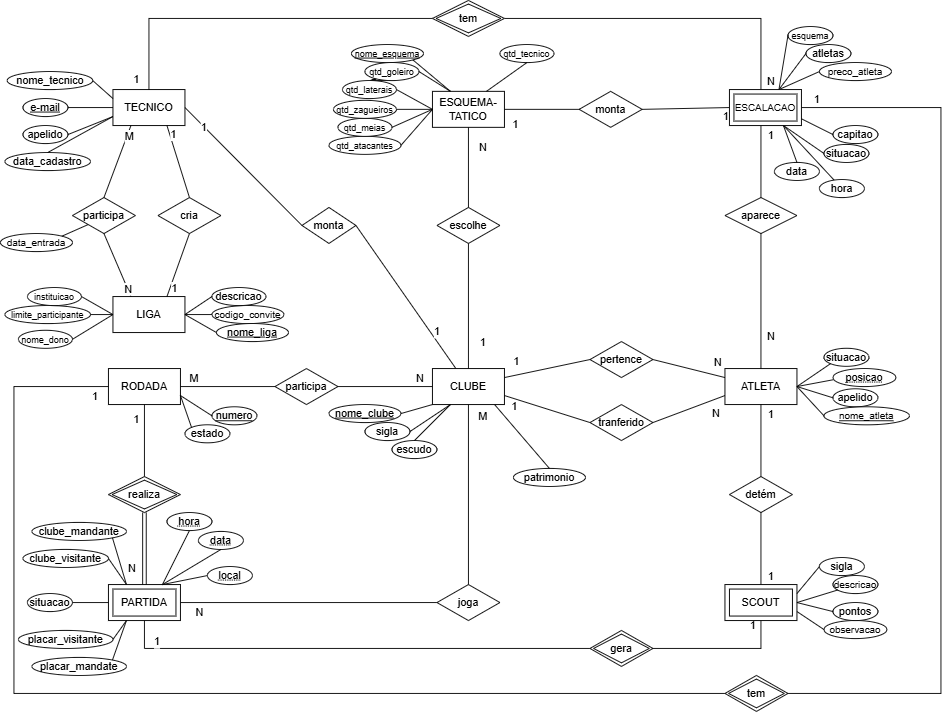
Above: docs/der.png in K-Stachelski/Trabalho-LabBanco (draw.io), before the change. Source tidied: cells renumbered, new cells last; positions are measured from the earlier drawing's top-left corner, leaving out a move shared by most shapes.
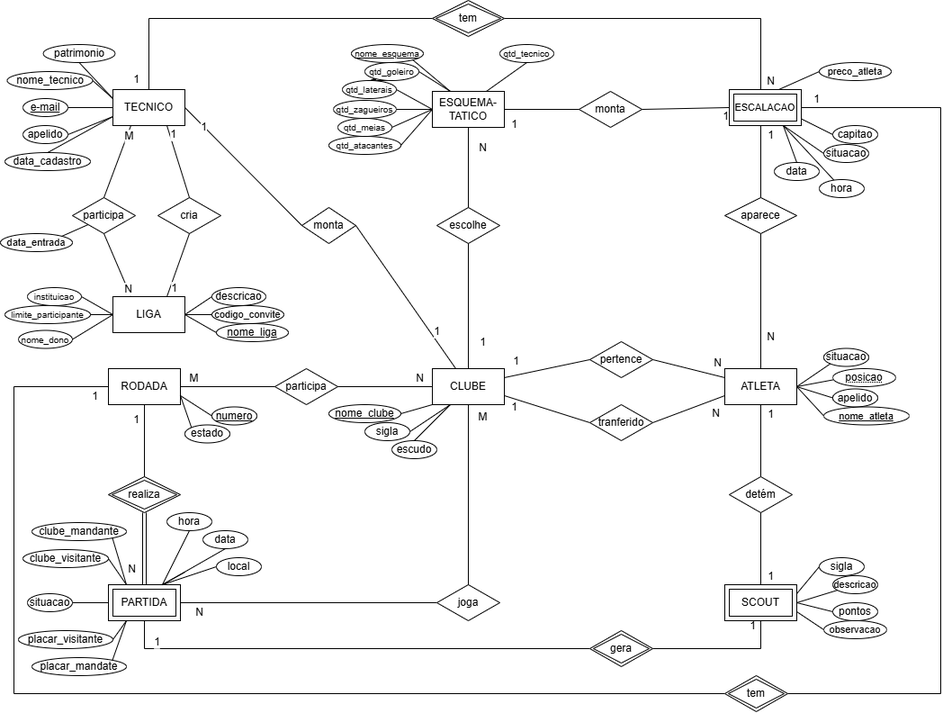
Later version of the same file.

What changed in the source:
```diff
@@ -108,7 +108,7 @@
       <mxGeometry x="30" y="659" width="50" height="20" as="geometry" />
     </mxCell>
     <mxCell id="33" value="patrimonio" style="ellipse;whiteSpace=wrap;html=1;align=center;fontSize=12;" parent="1" vertex="1">
-      <mxGeometry x="570" y="520" width="80" height="20" as="geometry" />
+      <mxGeometry x="47.5" y="49" width="80" height="20" as="geometry" />
     </mxCell>
     <mxCell id="34" value="codigo_convite" style="ellipse;whiteSpace=wrap;html=1;align=center;fontSize=11;" parent="1" vertex="1">
       <mxGeometry x="235" y="339" width="80" height="20" as="geometry" />
@@ -400,7 +400,7 @@
         <mxPoint x="-5" y="19" as="offset" />
       </mxGeometry>
     </mxCell>
-    <mxCell id="109" style="endArrow=none;html=1;rounded=0;entryX=0.5;entryY=0;entryDx=0;entryDy=0;exitX=0.863;exitY=1;exitDx=0;exitDy=0;fontSize=12;exitPerimeter=0;" parent="1" edge="1" source="9" target="33">
+    <mxCell id="109" style="endArrow=none;html=1;rounded=0;entryX=0.5;entryY=1;entryDx=0;entryDy=0;exitX=0;exitY=0.25;exitDx=0;exitDy=0;fontSize=12;" parent="1" edge="1" source="2" target="33">
       <mxGeometry relative="1" as="geometry" />
     </mxCell>
     <mxCell id="110" value="capitao" style="ellipse;whiteSpace=wrap;html=1;align=center;fontSize=12;" parent="1" vertex="1">
@@ -450,8 +450,10 @@
     <mxCell id="124" style="endArrow=none;html=1;rounded=0;fontSize=12;defaultLabelBackgroundColor=page;startSize=8;endSize=8;curved=1;entryX=0.5;entryY=1;entryDx=0;entryDy=0;exitX=0.75;exitY=0;exitDx=0;exitDy=0;" parent="1" edge="1" source="58" target="175">
       <mxGeometry relative="1" as="geometry" />
     </mxCell>
-    <mxCell id="125" style="endArrow=none;html=1;rounded=0;fontSize=12;defaultLabelBackgroundColor=page;startSize=8;endSize=8;curved=1;entryX=0;entryY=0.5;entryDx=0;entryDy=0;exitX=0.75;exitY=0;exitDx=0;exitDy=0;" parent="1" edge="1" source="58" target="180">
-      <mxGeometry relative="1" as="geometry" />
+    <mxCell id="125" style="endArrow=none;html=1;rounded=0;fontSize=12;defaultLabelBackgroundColor=page;startSize=8;endSize=8;curved=1;entryX=0;entryY=0.5;entryDx=0;entryDy=0;exitX=0.75;exitY=0;exitDx=0;exitDy=0;" parent="1" edge="1" source="58">
+      <mxGeometry relative="1" as="geometry">
+        <mxPoint x="205" y="635" as="targetPoint" />
+      </mxGeometry>
     </mxCell>
     <mxCell id="126" style="endArrow=none;html=1;rounded=0;fontSize=12;defaultLabelBackgroundColor=page;startSize=8;endSize=8;curved=1;entryX=1;entryY=1;entryDx=0;entryDy=0;exitX=0.25;exitY=0;exitDx=0;exitDy=0;" parent="1" edge="1" source="58" target="16">
       <mxGeometry relative="1" as="geometry" />
@@ -471,12 +473,6 @@
     <mxCell id="131" value="preco_atleta" style="ellipse;whiteSpace=wrap;html=1;align=center;fontSize=11;" parent="1" vertex="1">
       <mxGeometry x="910" y="69" width="80" height="20" as="geometry" />
     </mxCell>
-    <mxCell id="132" value="atletas" style="ellipse;whiteSpace=wrap;html=1;align=center;fontSize=12;" parent="1" vertex="1">
-      <mxGeometry x="895" y="49" width="50" height="20" as="geometry" />
-    </mxCell>
-    <mxCell id="133" value="esquema" style="ellipse;whiteSpace=wrap;html=1;align=center;fontSize=10;" parent="1" vertex="1">
-      <mxGeometry x="875" y="29" width="50" height="20" as="geometry" />
-    </mxCell>
     <mxCell id="134" style="endArrow=none;html=1;rounded=0;fontSize=12;defaultLabelBackgroundColor=page;startSize=8;endSize=8;curved=1;entryX=0.75;entryY=1;entryDx=0;entryDy=0;" parent="1" edge="1" source="178" target="168">
       <mxGeometry relative="1" as="geometry" />
     </mxCell>
@@ -488,16 +484,6 @@
         <mxPoint x="885" y="129" as="sourcePoint" />
       </mxGeometry>
     </mxCell>
-    <mxCell id="137" style="endArrow=none;html=1;rounded=0;fontSize=12;defaultLabelBackgroundColor=page;startSize=8;endSize=8;curved=1;exitX=0;exitY=0.5;exitDx=0;exitDy=0;entryX=0.75;entryY=0;entryDx=0;entryDy=0;" parent="1" edge="1" source="133">
-      <mxGeometry relative="1" as="geometry">
-        <mxPoint x="865" y="99" as="targetPoint" />
-      </mxGeometry>
-    </mxCell>
-    <mxCell id="138" style="endArrow=none;html=1;rounded=0;fontSize=12;defaultLabelBackgroundColor=page;startSize=8;endSize=8;curved=1;entryX=0;entryY=0.5;entryDx=0;entryDy=0;exitX=0.75;exitY=0;exitDx=0;exitDy=0;" parent="1" edge="1" target="132">
-      <mxGeometry relative="1" as="geometry">
-        <mxPoint x="865" y="99" as="sourcePoint" />
-      </mxGeometry>
-    </mxCell>
     <mxCell id="139" style="endArrow=none;html=1;rounded=0;fontSize=12;defaultLabelBackgroundColor=page;startSize=8;endSize=8;curved=1;entryX=0;entryY=0.5;entryDx=0;entryDy=0;exitX=0.75;exitY=0;exitDx=0;exitDy=0;" parent="1" edge="1" target="131">
       <mxGeometry relative="1" as="geometry">
         <mxPoint x="865" y="99" as="sourcePoint" />
@@ -605,12 +591,6 @@
     <mxCell id="173" value="tem" style="shape=rhombus;double=1;perimeter=rhombusPerimeter;whiteSpace=wrap;html=1;align=center;" parent="1" vertex="1">
       <mxGeometry x="480" width="80" height="40" as="geometry" />
     </mxCell>
-    <mxCell id="174" value="data" style="ellipse;whiteSpace=wrap;html=1;align=center;fontStyle=20;" parent="1" vertex="1">
-      <mxGeometry x="220" y="590" width="50" height="20" as="geometry" />
-    </mxCell>
-    <mxCell id="175" value="hora" style="ellipse;whiteSpace=wrap;html=1;align=center;fontStyle=20;" parent="1" vertex="1">
-      <mxGeometry x="185" y="569" width="50" height="20" as="geometry" />
-    </mxCell>
     <mxCell id="176" style="endArrow=none;html=1;rounded=0;fontSize=12;defaultLabelBackgroundColor=page;startSize=8;endSize=8;curved=1;entryX=0.5;entryY=1;entryDx=0;entryDy=0;exitX=0.75;exitY=0;exitDx=0;exitDy=0;" parent="1" edge="1" source="58" target="174">
       <mxGeometry relative="1" as="geometry" />
     </mxCell>
@@ -623,8 +603,17 @@
     <mxCell id="179" style="endArrow=none;html=1;rounded=0;fontSize=12;defaultLabelBackgroundColor=page;startSize=8;endSize=8;curved=1;exitX=0.5;exitY=0;exitDx=0;exitDy=0;entryX=0.75;entryY=1;entryDx=0;entryDy=0;" parent="1" edge="1" source="177" target="168">
       <mxGeometry relative="1" as="geometry" />
     </mxCell>
-    <mxCell id="180" value="local" style="ellipse;whiteSpace=wrap;html=1;align=center;fontStyle=20;" parent="1" vertex="1">
-      <mxGeometry x="230" y="629" width="50" height="20" as="geometry" />
+    <mxCell id="180" value="local" style="ellipse;whiteSpace=wrap;html=1;align=center;" parent="1" vertex="1">
+      <mxGeometry x="240" y="619" width="50" height="20" as="geometry" />
     </mxCell>
+    <mxCell id="174" value="data" style="ellipse;whiteSpace=wrap;html=1;align=center;" parent="1" vertex="1">
+      <mxGeometry x="225" y="589" width="50" height="20" as="geometry" />
+    </mxCell>
+    <mxCell id="175" value="hora" style="ellipse;whiteSpace=wrap;html=1;align=center;" parent="1" vertex="1">
+      <mxGeometry x="185" y="569" width="50" height="20" as="geometry" />
+    </mxCell>
+    <mxCell id="181" style="endArrow=none;html=1;rounded=0;fontSize=12;defaultLabelBackgroundColor=page;startSize=8;endSize=8;curved=1;entryX=0;entryY=0.5;entryDx=0;entryDy=0;exitX=0.75;exitY=0;exitDx=0;exitDy=0;" parent="1" edge="1" source="58" target="180">
+      <mxGeometry relative="1" as="geometry" />
+    </mxCell>
   </root>
 </mxGraphModel>
```
